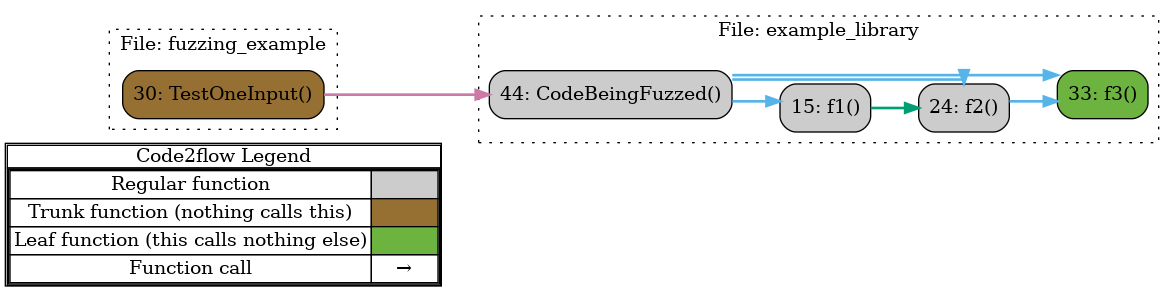
Earlier version of the Graphviz export example_fuzzers/out.png (muzmu/atheris). Its source is kept beside it as example_fuzzers/out.gv. Source of this version:
```dot
digraph G {
concentrate=true;
splines="ortho";
rankdir="LR";
subgraph legend{
    rank = min;
    label = "legend";
    Legend [shape=none, margin=0, label = <
        <table cellspacing="0" cellpadding="0" border="1"><tr><td>Code2flow Legend</td></tr><tr><td>
        <table cellspacing="0">
        <tr><td>Regular function</td><td width="50px" bgcolor='#cccccc'></td></tr>
        <tr><td>Trunk function (nothing calls this)</td><td bgcolor='#966F33'></td></tr>
        <tr><td>Leaf function (this calls nothing else)</td><td bgcolor='#6db33f'></td></tr>
        <tr><td>Function call</td><td><font color='black'>&#8594;</font></td></tr>
        </table></td></tr></table>
        >];
}node_be04be62 [label="44: CodeBeingFuzzed()" name="example_library::CodeBeingFuzzed" shape="rect" style="rounded,filled" fillcolor="#cccccc" ];
node_f68690b3 [label="15: f1()" name="example_library::f1" shape="rect" style="rounded,filled" fillcolor="#cccccc" ];
node_23a5ab6a [label="24: f2()" name="example_library::f2" shape="rect" style="rounded,filled" fillcolor="#cccccc" ];
node_63ad6547 [label="33: f3()" name="example_library::f3" shape="rect" style="rounded,filled" fillcolor="#6db33f" ];
node_9b359577 [label="30: TestOneInput()" name="fuzzing_example::TestOneInput" shape="rect" style="rounded,filled" fillcolor="#966F33" ];
node_be04be62 -> node_f68690b3 [color="#56B4E9" penwidth="2"];
node_be04be62 -> node_23a5ab6a [color="#56B4E9" penwidth="2"];
node_be04be62 -> node_63ad6547 [color="#56B4E9" penwidth="2"];
node_f68690b3 -> node_23a5ab6a [color="#009E73" penwidth="2"];
node_23a5ab6a -> node_63ad6547 [color="#56B4E9" penwidth="2"];
node_9b359577 -> node_be04be62 [color="#CC79A7" penwidth="2"];
subgraph cluster_34b895c0 {
    node_f68690b3 node_23a5ab6a node_63ad6547 node_be04be62;
    label="File: example_library";
    name="example_library";
    style="filled";
    graph[style=dotted];
};
subgraph cluster_626ed453 {
    node_9b359577;
    label="File: fuzzing_example";
    name="fuzzing_example";
    style="filled";
    graph[style=dotted];
};
}
```
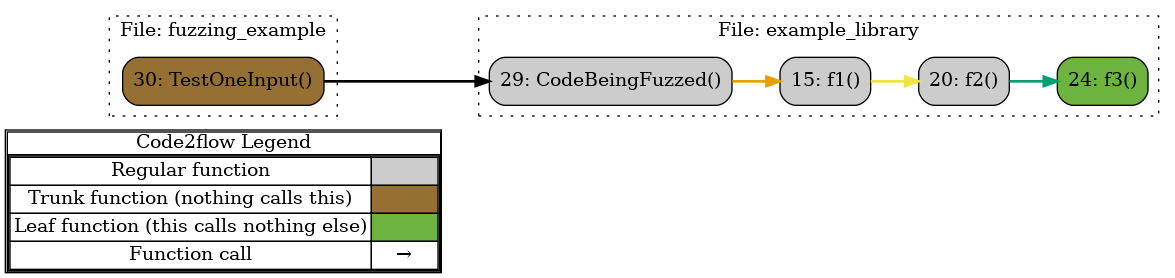
The same file after the commit.

Change to the diagram source:
```diff
@@ -14,26 +14,24 @@
         <tr><td>Function call</td><td><font color='black'>&#8594;</font></td></tr>
         </table></td></tr></table>
         >];
-}node_be04be62 [label="44: CodeBeingFuzzed()" name="example_library::CodeBeingFuzzed" shape="rect" style="rounded,filled" fillcolor="#cccccc" ];
-node_f68690b3 [label="15: f1()" name="example_library::f1" shape="rect" style="rounded,filled" fillcolor="#cccccc" ];
-node_23a5ab6a [label="24: f2()" name="example_library::f2" shape="rect" style="rounded,filled" fillcolor="#cccccc" ];
-node_63ad6547 [label="33: f3()" name="example_library::f3" shape="rect" style="rounded,filled" fillcolor="#6db33f" ];
-node_9b359577 [label="30: TestOneInput()" name="fuzzing_example::TestOneInput" shape="rect" style="rounded,filled" fillcolor="#966F33" ];
-node_be04be62 -> node_f68690b3 [color="#56B4E9" penwidth="2"];
-node_be04be62 -> node_23a5ab6a [color="#56B4E9" penwidth="2"];
-node_be04be62 -> node_63ad6547 [color="#56B4E9" penwidth="2"];
-node_f68690b3 -> node_23a5ab6a [color="#009E73" penwidth="2"];
-node_23a5ab6a -> node_63ad6547 [color="#56B4E9" penwidth="2"];
-node_9b359577 -> node_be04be62 [color="#CC79A7" penwidth="2"];
-subgraph cluster_34b895c0 {
-    node_f68690b3 node_23a5ab6a node_63ad6547 node_be04be62;
+}node_2fc10981 [label="29: CodeBeingFuzzed()" name="example_library::CodeBeingFuzzed" shape="rect" style="rounded,filled" fillcolor="#cccccc" ];
+node_31e8bdac [label="15: f1()" name="example_library::f1" shape="rect" style="rounded,filled" fillcolor="#cccccc" ];
+node_b52d74fb [label="20: f2()" name="example_library::f2" shape="rect" style="rounded,filled" fillcolor="#cccccc" ];
+node_8f27ede1 [label="24: f3()" name="example_library::f3" shape="rect" style="rounded,filled" fillcolor="#6db33f" ];
+node_3179d4b0 [label="30: TestOneInput()" name="fuzzing_example::TestOneInput" shape="rect" style="rounded,filled" fillcolor="#966F33" ];
+node_2fc10981 -> node_31e8bdac [color="#E69F00" penwidth="2"];
+node_31e8bdac -> node_b52d74fb [color="#F0E442" penwidth="2"];
+node_b52d74fb -> node_8f27ede1 [color="#009E73" penwidth="2"];
+node_3179d4b0 -> node_2fc10981 [color="#000000" penwidth="2"];
+subgraph cluster_be7e6c1b {
+    node_31e8bdac node_b52d74fb node_8f27ede1 node_2fc10981;
     label="File: example_library";
     name="example_library";
     style="filled";
     graph[style=dotted];
 };
-subgraph cluster_626ed453 {
-    node_9b359577;
+subgraph cluster_bac98515 {
+    node_3179d4b0;
     label="File: fuzzing_example";
     name="fuzzing_example";
     style="filled";
```
